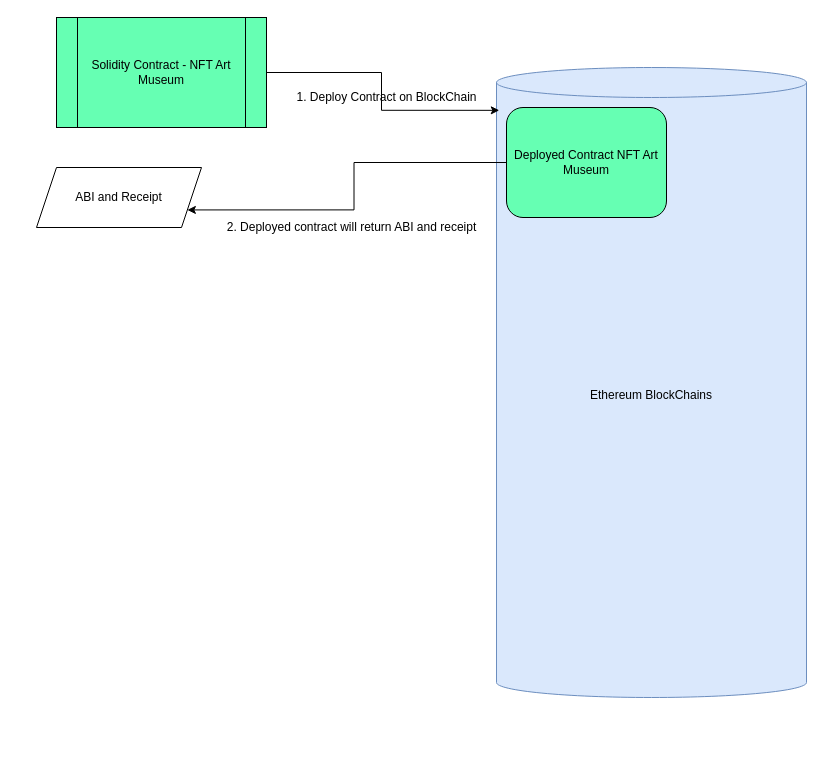
Earlier version of the draw.io diagram NFT Art Museum.drawio (rchak007/NFTArtMuseum). Source tidied: cells renumbered, new cells numbered last; positions are measured from the earlier drawing's top-left corner, leaving out a move shared by most shapes. Both pictures are drawn from the tidied source at 100%, with x=0, y=0 at pixel (36, 17). Pictures stored in the file or linked from it are replaced by grey dashed boxes.
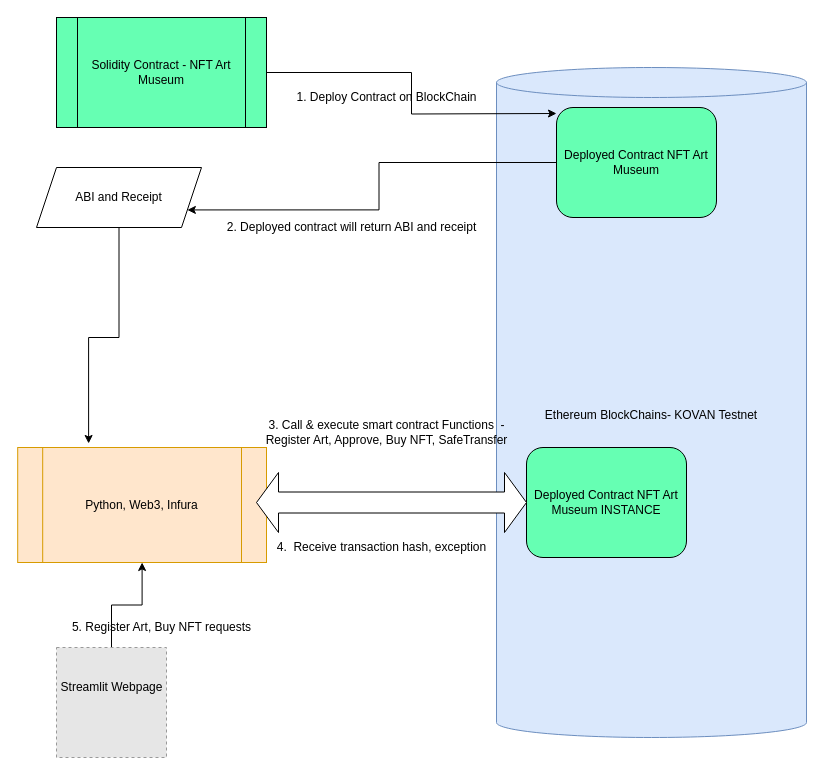
Above is the later version.

Unchanged cells that the change refers to:
```xml
<mxCell id="6" value="Solidity Contract - NFT Art Museum" style="shape=process;whiteSpace=wrap;html=1;backgroundOutline=1;fillColor=#66FFB3;" parent="1" vertex="1">
  <mxGeometry x="20" width="210" height="110" as="geometry" />
</mxCell>
<mxCell id="8" value="ABI and Receipt" style="shape=parallelogram;perimeter=parallelogramPerimeter;whiteSpace=wrap;html=1;fixedSize=1;" parent="1" vertex="1">
  <mxGeometry y="150" width="165" height="60" as="geometry" />
</mxCell>
```

Change to the diagram source:
```diff
@@
-    <mxCell id="2" value="Ethereum BlockChains" style="shape=cylinder3;whiteSpace=wrap;html=1;boundedLbl=1;backgroundOutline=1;size=15;fillColor=#dae8fc;strokeColor=#6c8ebf;" parent="1" vertex="1">
-      <mxGeometry x="460" y="50" width="310" height="630" as="geometry" />
+    <mxCell id="2" value="Ethereum BlockChains- KOVAN Testnet" style="shape=cylinder3;whiteSpace=wrap;html=1;boundedLbl=1;backgroundOutline=1;size=15;fillColor=#dae8fc;strokeColor=#6c8ebf;" parent="1" vertex="1">
+      <mxGeometry x="460" y="50" width="310" height="670" as="geometry" />
     </mxCell>
@@
     <mxCell id="4" value="Deployed Contract NFT Art Museum" style="rounded=1;whiteSpace=wrap;html=1;fillColor=#66FFB3;" parent="1" vertex="1">
-      <mxGeometry x="470" y="90" width="160" height="110" as="geometry" />
+      <mxGeometry x="520" y="90" width="160" height="110" as="geometry" />
     </mxCell>
-    <mxCell id="5" style="edgeStyle=orthogonalEdgeStyle;rounded=0;jettySize=auto;html=1;entryX=0.009;entryY=0.068;entryDx=0;entryDy=0;entryPerimeter=0;" parent="1" edge="1" source="6" target="2">
-      <mxGeometry relative="1" as="geometry" />
+    <mxCell id="5" style="edgeStyle=orthogonalEdgeStyle;rounded=0;jettySize=auto;html=1;" parent="1" edge="1" source="6">
+      <mxGeometry relative="1" as="geometry">
+        <mxPoint x="520" y="96" as="targetPoint" />
+      </mxGeometry>
     </mxCell>
@@
+    <mxCell id="10" style="edgeStyle=orthogonalEdgeStyle;rounded=0;jettySize=auto;html=1;entryX=0.285;entryY=-0.035;entryDx=0;entryDy=0;entryPerimeter=0;" parent="1" edge="1" source="8" target="11">
+      <mxGeometry relative="1" as="geometry" />
+    </mxCell>
@@
+    <mxCell id="11" value="Python, Web3, Infura" style="shape=process;whiteSpace=wrap;html=1;backgroundOutline=1;fillColor=#ffe6cc;strokeColor=#d79b00;" parent="1" vertex="1">
+      <mxGeometry x="-18.8" y="430" width="248.8" height="115" as="geometry" />
+    </mxCell>
+    <mxCell id="12" value="Deployed Contract NFT Art Museum INSTANCE" style="rounded=1;whiteSpace=wrap;html=1;fillColor=#66FFB3;" parent="1" vertex="1">
+      <mxGeometry x="490" y="430" width="160" height="110" as="geometry" />
+    </mxCell>
+    <mxCell id="13" style="html=1;shadow=0;dashed=0;align=center;verticalAlign=middle;shape=mxgraph.arrows2.twoWayArrow;dy=0.65;dx=22;" parent="1" vertex="1">
+      <mxGeometry x="220" y="455" width="270" height="60" as="geometry" />
+    </mxCell>
+    <mxCell id="14" value="3. Call &amp;amp; execute smart contract Functions &amp;nbsp;-&lt;br&gt;Register Art, Approve, Buy NFT, SafeTransfer" style="text;html=1;align=center;verticalAlign=middle;strokeColor=none;fillColor=none;" parent="1" vertex="1">
+      <mxGeometry x="220" y="400" width="260" height="30" as="geometry" />
+    </mxCell>
+    <mxCell id="15" value="4. &amp;nbsp;Receive transaction hash, exception" style="text;html=1;align=center;verticalAlign=middle;strokeColor=none;fillColor=none;" parent="1" vertex="1">
+      <mxGeometry x="235" y="520" width="220" height="20" as="geometry" />
+    </mxCell>
+    <mxCell id="16" style="edgeStyle=orthogonalEdgeStyle;rounded=0;jettySize=auto;html=1;" parent="1" edge="1" source="17" target="11">
+      <mxGeometry relative="1" as="geometry" />
+    </mxCell>
+    <mxCell id="17" style="fillColor=#E6E6E6;strokeColor=#999999;dashed=1;html=1;verticalAlign=top;verticalLabelPosition=bottom;labelBackgroundColor=#ffffff;" parent="1" vertex="1">
+      <mxGeometry x="20" y="630" width="110" height="110" as="geometry" />
+    </mxCell>
+    <mxCell id="18" value="Streamlit Webpage" style="text;html=1;align=center;verticalAlign=middle;strokeColor=none;fillColor=none;" parent="1" vertex="1">
+      <mxGeometry x="15" y="660" width="120" height="20" as="geometry" />
+    </mxCell>
+    <mxCell id="19" value="5. Register Art, Buy NFT requests" style="text;html=1;align=center;verticalAlign=middle;strokeColor=none;fillColor=none;" parent="1" vertex="1">
+      <mxGeometry x="25" y="600" width="200" height="20" as="geometry" />
+    </mxCell>
```
